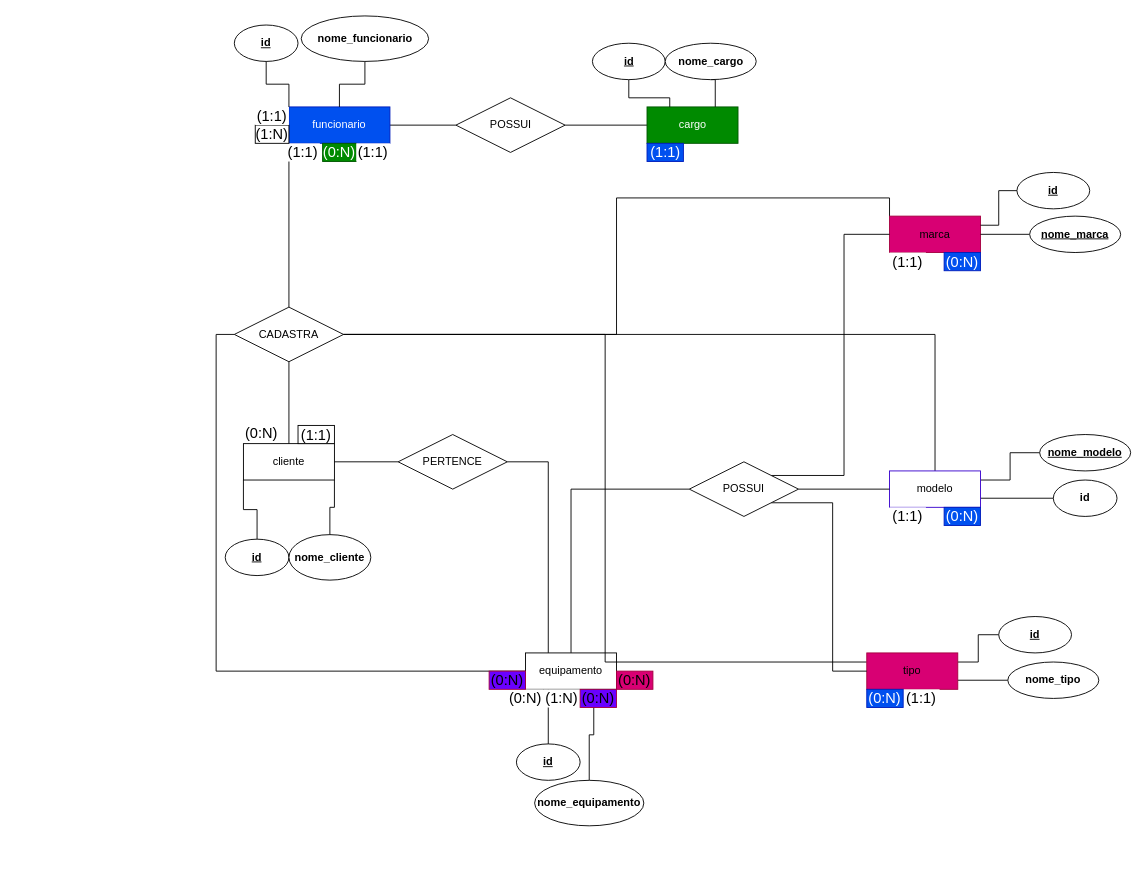
Earlier version of the draw.io diagram page "Conceitual" (1 of 2) of modelos/conceitual-logico-techflix.drawio (Carlos27spec/TechFix--Trabalho-banco-de-dados). Source tidied: cells renumbered, new cells numbered last; positions are measured from the earlier drawing's top-left corner, leaving out a move shared by most shapes. Both pictures are drawn from the tidied source at 91%, with x=0, y=0 at pixel (225, 15).
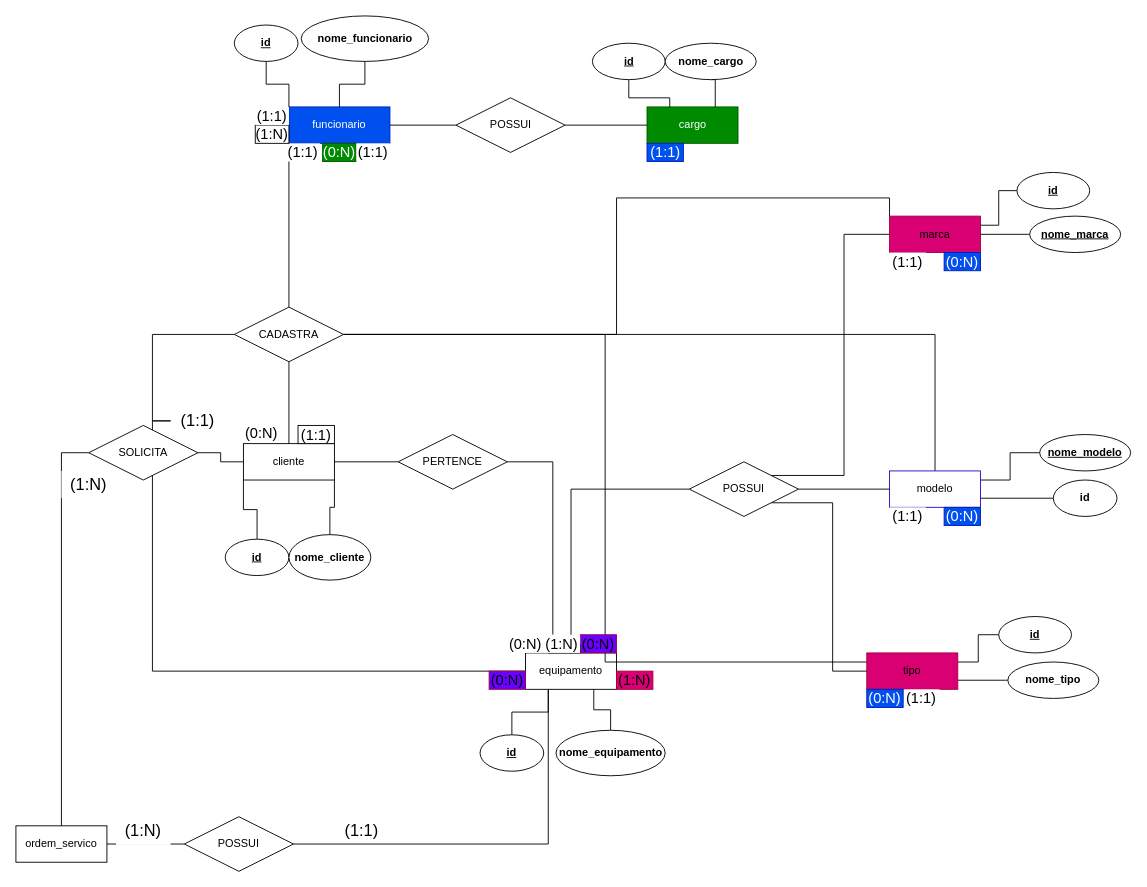
The same page after the edit.

The change refers to these unchanged cells:
```xml
<mxCell id="23" value="&lt;span style=&quot;color: light-dark(rgb(0, 0, 0), rgb(0, 0, 0));&quot;&gt;cliente&lt;/span&gt;" style="whiteSpace=wrap;html=1;align=center;fillColor=light-dark(#FFFFFF,#FF6666);strokeColor=light-dark(#000000,#FF0000);" parent="1" vertex="1">
  <mxGeometry x="20" y="470" width="100" height="40" as="geometry" />
</mxCell>
<mxCell id="30" value="CADASTRA" style="shape=rhombus;perimeter=rhombusPerimeter;whiteSpace=wrap;html=1;align=center;" parent="1" vertex="1">
  <mxGeometry x="10" y="320" width="120" height="60" as="geometry" />
</mxCell>
<mxCell id="33" value="&lt;span style=&quot;color: light-dark(rgb(0, 0, 0), rgb(0, 0, 0));&quot;&gt;equipamento&lt;/span&gt;" style="whiteSpace=wrap;html=1;align=center;fillColor=light-dark(#FFFFFF,#FFB366);strokeColor=light-dark(#000000,#FF8000);" parent="1" vertex="1">
  <mxGeometry x="330" y="700" width="100" height="40" as="geometry" />
</mxCell>
<mxCell id="43" value="PERTENCE" style="shape=rhombus;perimeter=rhombusPerimeter;whiteSpace=wrap;html=1;align=center;" parent="1" vertex="1">
  <mxGeometry x="190" y="460" width="120" height="60" as="geometry" />
</mxCell>
```

Diff of the diagram source:
```diff
@@
+    <mxCell id="75" style="edgeStyle=orthogonalEdgeStyle;rounded=0;jettySize=auto;html=1;exitX=0;exitY=0.5;exitDx=0;exitDy=0;entryX=1;entryY=0.5;entryDx=0;entryDy=0;endArrow=none;endFill=0;" parent="1" edge="1" source="23" target="84">
+      <mxGeometry relative="1" as="geometry" />
+    </mxCell>
@@
-    <mxCell id="29" style="edgeStyle=orthogonalEdgeStyle;rounded=0;jettySize=auto;html=1;exitX=0;exitY=0.5;exitDx=0;exitDy=0;entryX=0;entryY=0.5;entryDx=0;entryDy=0;endArrow=none;endFill=0;" parent="1" edge="1" source="30" target="33">
+    <mxCell id="29" style="edgeStyle=orthogonalEdgeStyle;rounded=0;jettySize=auto;html=1;exitX=0;exitY=0.5;exitDx=0;exitDy=0;entryX=0;entryY=0.5;entryDx=0;entryDy=0;endArrow=none;endFill=0;" parent="1" edge="1" source="87" target="33">
       <mxGeometry relative="1" as="geometry" />
     </mxCell>
@@
-    <mxCell id="32" style="edgeStyle=orthogonalEdgeStyle;rounded=0;jettySize=auto;html=1;exitX=0.25;exitY=0;exitDx=0;exitDy=0;entryX=1;entryY=0.5;entryDx=0;entryDy=0;endArrow=none;endFill=0;" parent="1" edge="1" source="33" target="43">
+    <mxCell id="32" style="edgeStyle=orthogonalEdgeStyle;rounded=0;jettySize=auto;html=1;exitX=0.25;exitY=0;exitDx=0;exitDy=0;entryX=1;entryY=0.5;entryDx=0;entryDy=0;endArrow=none;endFill=0;" parent="1" edge="1" source="40" target="43">
       <mxGeometry relative="1" as="geometry" />
     </mxCell>
@@
     <mxCell id="35" value="id" style="ellipse;whiteSpace=wrap;html=1;align=center;fontStyle=5;" parent="1" vertex="1">
-      <mxGeometry x="320" y="800" width="70" height="40" as="geometry" />
+      <mxGeometry x="280" y="790" width="70" height="40" as="geometry" />
     </mxCell>
@@
     <mxCell id="37" value="nome_equipamento" style="ellipse;whiteSpace=wrap;html=1;align=center;fontStyle=1;" parent="1" vertex="1">
-      <mxGeometry x="340" y="840" width="120" height="50" as="geometry" />
+      <mxGeometry x="363.5" y="785" width="120" height="50" as="geometry" />
     </mxCell>
     <mxCell id="38" value="&lt;span style=&quot;color: light-dark(rgb(0, 0, 0), rgb(0, 0, 0));&quot;&gt;(0:N)&lt;/span&gt;" style="text;html=1;whiteSpace=wrap;align=center;verticalAlign=middle;rounded=0;fontSize=16;fillColor=light-dark(#FFFFFF,#66B2FF);strokeColor=light-dark(transparent,#007FFF);" parent="1" vertex="1">
-      <mxGeometry x="310" y="740" width="40" height="20" as="geometry" />
+      <mxGeometry x="310" y="680" width="40" height="20" as="geometry" />
     </mxCell>
@@
-    <mxCell id="40" value="&lt;span style=&quot;color: light-dark(rgb(0, 0, 0), rgb(0, 0, 0));&quot;&gt;(1:N)&lt;/span&gt;" style="text;html=1;whiteSpace=wrap;align=center;verticalAlign=middle;rounded=0;fontSize=16;fillColor=light-dark(#FFFFFF,#FF6666);strokeColor=light-dark(transparent,#FF0000);" parent="1" vertex="1">
-      <mxGeometry x="350" y="740" width="40" height="20" as="geometry" />
-    </mxCell>
@@
-    <mxCell id="63" value="&lt;span style=&quot;color: light-dark(rgb(0, 0, 0), rgb(0, 0, 0));&quot;&gt;(0:N)&lt;/span&gt;" style="text;html=1;whiteSpace=wrap;align=center;verticalAlign=middle;rounded=0;fontSize=16;fillColor=#d80073;strokeColor=#A50040;fontColor=#ffffff;" parent="1" vertex="1">
+    <mxCell id="63" value="&lt;span style=&quot;color: light-dark(rgb(0, 0, 0), rgb(0, 0, 0));&quot;&gt;(1:N)&lt;/span&gt;" style="text;html=1;whiteSpace=wrap;align=center;verticalAlign=middle;rounded=0;fontSize=16;fillColor=#d80073;strokeColor=#A50040;fontColor=#ffffff;" parent="1" vertex="1">
       <mxGeometry x="430" y="720" width="40" height="20" as="geometry" />
     </mxCell>
@@
     <mxCell id="67" value="&lt;span style=&quot;color: light-dark(rgb(0, 0, 0), rgb(0, 0, 0));&quot;&gt;(0:N)&lt;/span&gt;" style="text;html=1;whiteSpace=wrap;align=center;verticalAlign=middle;rounded=0;fontSize=16;fillColor=light-dark(#6A00FF,#B266FF);strokeColor=#A50040;fontColor=#ffffff;" parent="1" vertex="1">
-      <mxGeometry x="390" y="740" width="40" height="20" as="geometry" />
+      <mxGeometry x="390" y="680" width="40" height="20" as="geometry" />
     </mxCell>
@@
+    <mxCell id="76" value="ordem_servico" style="whiteSpace=wrap;html=1;align=center;fillColor=light-dark(#FFFFFF,#FFFF66);fontColor=light-dark(#000000,#000000);" parent="1" vertex="1">
+      <mxGeometry x="-230" y="890" width="100" height="40" as="geometry" />
+    </mxCell>
+    <mxCell id="77" style="edgeStyle=orthogonalEdgeStyle;rounded=0;jettySize=auto;html=1;exitX=1;exitY=0.5;exitDx=0;exitDy=0;entryX=0.25;entryY=1;entryDx=0;entryDy=0;endArrow=none;endFill=0;" parent="1" edge="1" source="79" target="33">
+      <mxGeometry relative="1" as="geometry" />
+    </mxCell>
+    <mxCell id="78" style="edgeStyle=orthogonalEdgeStyle;rounded=0;jettySize=auto;html=1;exitX=0;exitY=0.5;exitDx=0;exitDy=0;endArrow=none;endFill=0;" parent="1" edge="1" source="79" target="76">
+      <mxGeometry relative="1" as="geometry" />
+    </mxCell>
+    <mxCell id="79" value="POSSUI" style="shape=rhombus;perimeter=rhombusPerimeter;whiteSpace=wrap;html=1;align=center;" parent="1" vertex="1">
+      <mxGeometry x="-45" y="880" width="120" height="60" as="geometry" />
+    </mxCell>
+    <mxCell id="80" style="edgeStyle=orthogonalEdgeStyle;rounded=0;jettySize=auto;html=1;exitX=0.25;exitY=0;exitDx=0;exitDy=0;entryX=1;entryY=0.5;entryDx=0;entryDy=0;endArrow=none;endFill=0;" parent="1" edge="1" source="33" target="40">
+      <mxGeometry relative="1" as="geometry" />
+    </mxCell>
+    <mxCell id="40" value="&lt;span style=&quot;color: light-dark(rgb(0, 0, 0), rgb(0, 0, 0));&quot;&gt;(1:N)&lt;/span&gt;" style="text;html=1;whiteSpace=wrap;align=center;verticalAlign=middle;rounded=0;fontSize=16;fillColor=light-dark(#FFFFFF,#FF6666);strokeColor=light-dark(transparent,#FF0000);" parent="1" vertex="1">
+      <mxGeometry x="350" y="680" width="40" height="20" as="geometry" />
+    </mxCell>
+    <mxCell id="81" value="(1:1)" style="text;html=1;whiteSpace=wrap;strokeColor=none;fillColor=light-dark(transparent,#FFFF66);align=center;verticalAlign=middle;rounded=0;fontSize=18;fontColor=light-dark(#000000,#000000);" parent="1" vertex="1">
+      <mxGeometry x="120" y="881" width="60" height="30" as="geometry" />
+    </mxCell>
+    <mxCell id="82" value="(1:N)" style="text;html=1;whiteSpace=wrap;strokeColor=none;fillColor=light-dark(#FFFFFF,#66B2FF);align=center;verticalAlign=middle;rounded=0;fontSize=18;fontColor=light-dark(#000000,#000000);" parent="1" vertex="1">
+      <mxGeometry x="-120" y="881" width="60" height="30" as="geometry" />
+    </mxCell>
+    <mxCell id="83" style="edgeStyle=orthogonalEdgeStyle;rounded=0;jettySize=auto;html=1;exitX=0;exitY=0.5;exitDx=0;exitDy=0;entryX=0.5;entryY=0;entryDx=0;entryDy=0;endArrow=none;endFill=0;" parent="1" edge="1" source="84" target="76">
+      <mxGeometry relative="1" as="geometry" />
+    </mxCell>
+    <mxCell id="84" value="SOLICITA" style="shape=rhombus;perimeter=rhombusPerimeter;whiteSpace=wrap;html=1;align=center;" parent="1" vertex="1">
+      <mxGeometry x="-150" y="450" width="120" height="60" as="geometry" />
+    </mxCell>
+    <mxCell id="85" value="(1:N)" style="text;html=1;whiteSpace=wrap;strokeColor=none;fillColor=light-dark(#FFFFFF, #ff6666);align=center;verticalAlign=middle;rounded=0;fontSize=18;fontColor=light-dark(#000000,#000000);" parent="1" vertex="1">
+      <mxGeometry x="-180" y="500" width="60" height="30" as="geometry" />
+    </mxCell>
+    <mxCell id="86" style="edgeStyle=orthogonalEdgeStyle;rounded=0;jettySize=auto;html=1;exitX=0;exitY=0.5;exitDx=0;exitDy=0;entryX=0;entryY=0.5;entryDx=0;entryDy=0;endArrow=none;endFill=0;" parent="1" edge="1" source="30" target="87">
+      <mxGeometry relative="1" as="geometry" />
+    </mxCell>
+    <mxCell id="87" value="(1:1)" style="text;html=1;whiteSpace=wrap;strokeColor=none;fillColor=light-dark(transparent,#FFFF66);align=center;verticalAlign=middle;rounded=0;fontSize=18;fontColor=light-dark(#000000,#000000);" parent="1" vertex="1">
+      <mxGeometry x="-60" y="430" width="60" height="30" as="geometry" />
+    </mxCell>
```
